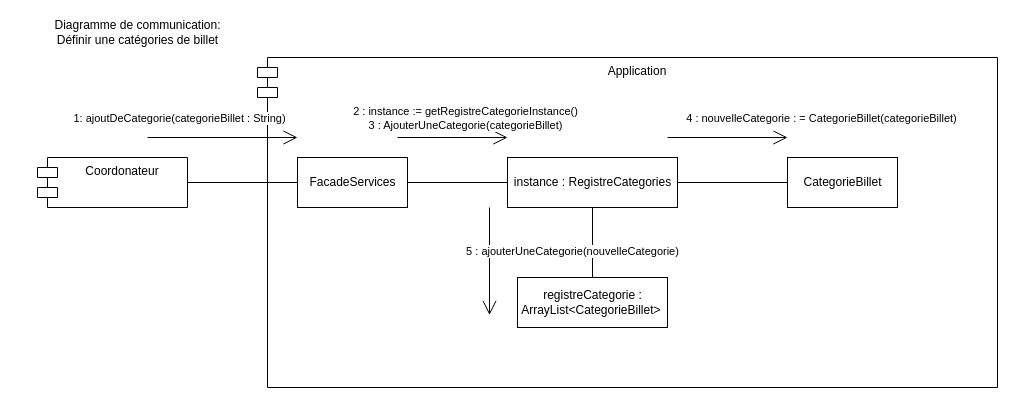
The draw.io diagram Diagrammes de conception/Diagrammes de communication/Definir_Categorie_UC.drawio in ChristWasTaken/Projet-Conception-et-Archictecture, before the edit. Source tidied: cells renumbered, new cells numbered last; positions are measured from the earlier drawing's top-left corner, leaving out a move shared by most shapes. Both pictures are drawn from the tidied source at 100%, with x=0, y=0 at pixel (37, 17).
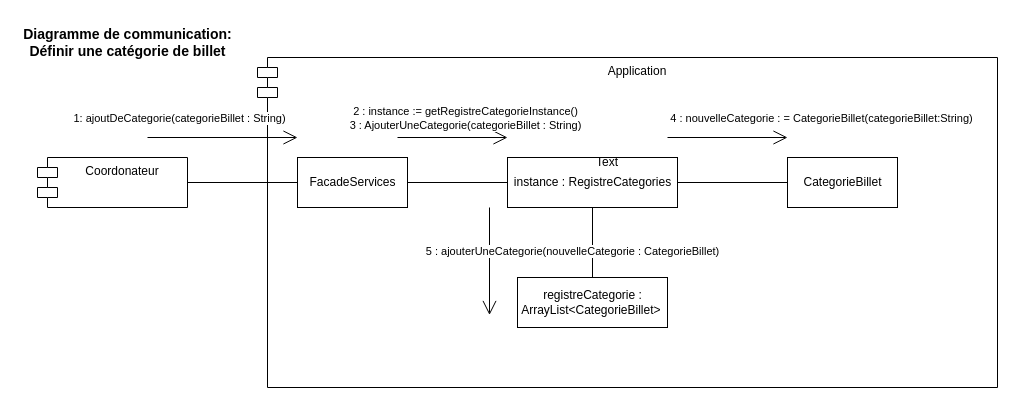
The same diagram, later.

The change refers to these unchanged cells:
```xml
<mxCell id="13" style="endArrow=open;endFill=1;endSize=12;html=1;rounded=0;" parent="1" edge="1">
  <mxGeometry relative="1" as="geometry">
    <mxPoint x="630" y="120" as="sourcePoint" />
    <mxPoint x="750" y="120" as="targetPoint" />
  </mxGeometry>
</mxCell>
<mxCell id="15" style="endArrow=open;endFill=1;endSize=12;html=1;rounded=0;" parent="1" edge="1">
  <mxGeometry relative="1" as="geometry">
    <mxPoint x="360" y="120" as="sourcePoint" />
    <mxPoint x="470" y="120" as="targetPoint" />
  </mxGeometry>
</mxCell>
<mxCell id="17" style="endArrow=open;endFill=1;endSize=12;html=1;rounded=0;entryX=0;entryY=0.75;entryDx=0;entryDy=0;exitX=0;exitY=1;exitDx=0;exitDy=0;" parent="1" edge="1">
  <mxGeometry relative="1" as="geometry">
    <mxPoint x="452" y="190" as="sourcePoint" />
    <mxPoint x="452" y="297.5" as="targetPoint" />
  </mxGeometry>
</mxCell>
```

The edit, as a diff of the source:
```diff
@@
-    <mxCell id="14" value="4 : nouvelleCategorie : = CategorieBillet(categorieBillet)" style="edgeLabel;html=1;align=center;verticalAlign=middle;" parent="13" vertex="1">
+    <mxCell id="14" value="4 : nouvelleCategorie : = CategorieBillet(categorieBillet:String)" style="edgeLabel;html=1;align=center;verticalAlign=middle;" parent="13" vertex="1">
       <mxGeometry x="0.18" relative="1" as="geometry">
         <mxPoint x="82" y="-20" as="offset" />
       </mxGeometry>
     </mxCell>
@@
-    <mxCell id="16" value="2 : instance := getRegistreCategorieInstance()&lt;br&gt;3 : AjouterUneCategorie(categorieBillet)" style="edgeLabel;html=1;align=center;verticalAlign=middle;" parent="15" vertex="1">
+    <mxCell id="16" value="2 : instance := getRegistreCategorieInstance()&lt;br&gt;3 : AjouterUneCategorie(categorieBillet : String)" style="edgeLabel;html=1;align=center;verticalAlign=middle;" parent="15" vertex="1">
       <mxGeometry x="0.18" relative="1" as="geometry">
         <mxPoint x="2" y="-20" as="offset" />
       </mxGeometry>
     </mxCell>
@@
-    <mxCell id="18" value="5 : ajouterUneCategorie(nouvelleCategorie)" style="edgeLabel;html=1;align=center;verticalAlign=middle;" parent="17" vertex="1">
+    <mxCell id="18" value="5 : ajouterUneCategorie(nouvelleCategorie : CategorieBillet)" style="edgeLabel;html=1;align=center;verticalAlign=middle;" parent="17" vertex="1">
       <mxGeometry x="0.18" relative="1" as="geometry">
         <mxPoint x="82" y="-20" as="offset" />
       </mxGeometry>
     </mxCell>
@@
-    <mxCell id="20" value="Diagramme de communication:&lt;br&gt;Définir une catégories de billet" style="text;html=1;align=center;verticalAlign=middle;strokeColor=none;fillColor=none;" parent="1" vertex="1">
-      <mxGeometry x="10" width="180" height="30" as="geometry" />
-    </mxCell>
+    <mxCell id="21" value="Text" style="text;html=1;strokeColor=none;fillColor=none;align=center;verticalAlign=middle;whiteSpace=wrap;rounded=0;" parent="1" vertex="1">
+      <mxGeometry x="540" y="130" width="60" height="30" as="geometry" />
+    </mxCell>
+    <mxCell id="22" value="Diagramme de communication:&lt;br style=&quot;font-size: 14px;&quot;&gt;Définir une catégorie de billet" style="text;html=1;align=center;verticalAlign=middle;strokeColor=none;fillColor=none;fontStyle=1;fontSize=14;" parent="1" vertex="1">
+      <mxGeometry x="-20" y="5" width="220" height="40" as="geometry" />
+    </mxCell>
```
